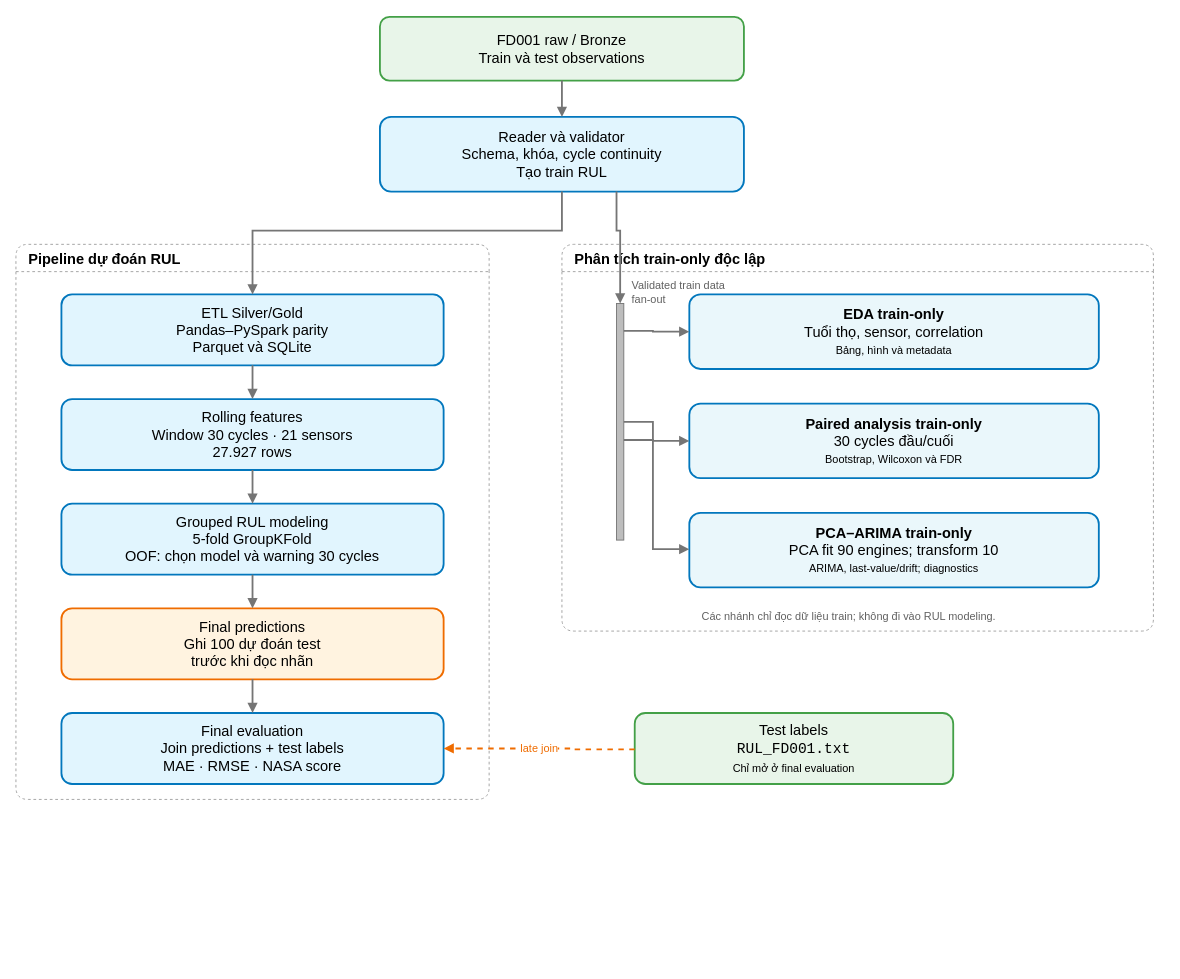
Before: assets/diagrams/fd001-pipeline.drawio in ti014/tinasa-cmapss-rul-prediction, a draw.io diagram. Source tidied: cells renumbered, new cells numbered last; positions are measured from the earlier drawing's top-left corner, leaving out a move shared by most shapes. Both pictures are drawn from the tidied source at 91%, with x=0, y=0 at pixel (15, 16).
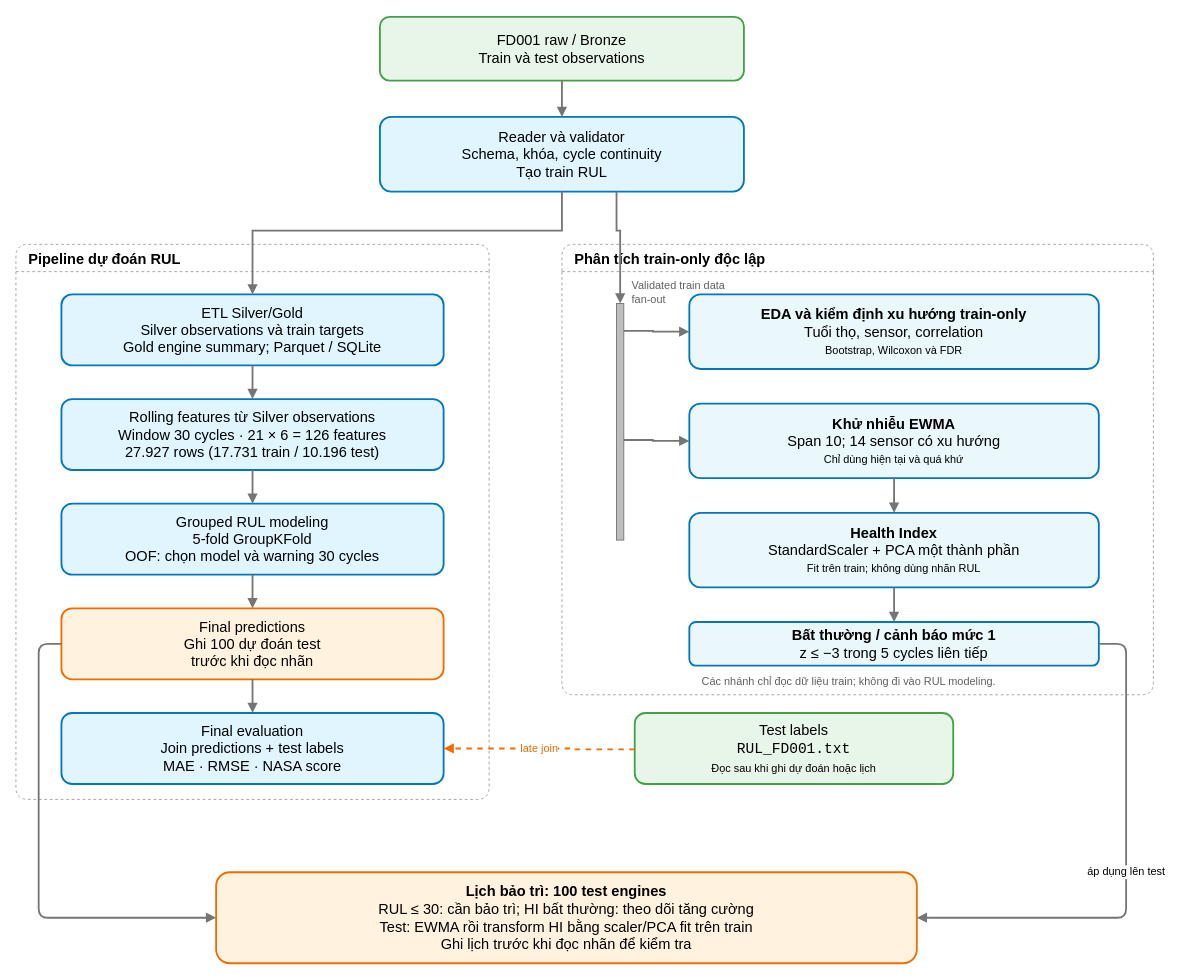
Above is the later version.

Commit message (it also covers changes not shown here):
docs(pipeline): sync documentation and diagrams with implementation

The change refers to these unchanged cells:
```xml
<mxCell id="9" value="Final predictions&lt;br&gt;Ghi 100 dự đoán test&lt;br&gt;trước khi đọc nhãn" style="rounded=1;whiteSpace=wrap;html=1;fillColor=#FFF3E0;strokeColor=#EF6C00;strokeWidth=2;fontSize=16;align=center;verticalAlign=middle;" parent="1" vertex="1">
  <mxGeometry x="50" y="650" width="420" height="78" as="geometry" />
</mxCell>
<mxCell id="11" style="rounded=0;whiteSpace=wrap;html=1;fillColor=#BDBDBD;strokeColor=#757575;strokeWidth=1;" parent="1" vertex="1">
  <mxGeometry x="660" y="315" width="8" height="260" as="geometry" />
</mxCell>
```

What changed in the source:
```diff
@@
     <mxCell id="3" value="Phân tích train-only độc lập" style="shape=swimlane;html=1;rounded=1;startSize=30;horizontal=1;fillColor=none;strokeColor=#9E9E9E;dashed=1;fontStyle=1;fontSize=16;align=left;verticalAlign=top;spacingLeft=12;" parent="1" vertex="1">
-      <mxGeometry x="600" y="250" width="650" height="425" as="geometry" />
+      <mxGeometry x="600" y="250" width="650" height="495" as="geometry" />
     </mxCell>
@@
-    <mxCell id="6" value="ETL Silver/Gold&lt;br&gt;Pandas–PySpark parity&lt;br&gt;Parquet và SQLite" style="rounded=1;whiteSpace=wrap;html=1;fillColor=#E1F5FE;strokeColor=#0277BD;strokeWidth=2;fontSize=16;align=center;verticalAlign=middle;" parent="1" vertex="1">
+    <mxCell id="6" value="ETL Silver/Gold&lt;br&gt;Silver observations và train targets&lt;br&gt;Gold engine summary; Parquet / SQLite" style="rounded=1;whiteSpace=wrap;html=1;fillColor=#E1F5FE;strokeColor=#0277BD;strokeWidth=2;fontSize=16;align=center;verticalAlign=middle;" parent="1" vertex="1">
       <mxGeometry x="50" y="305" width="420" height="78" as="geometry" />
     </mxCell>
-    <mxCell id="7" value="Rolling features&lt;br&gt;Window 30 cycles · 21 sensors&lt;br&gt;27.927 rows" style="rounded=1;whiteSpace=wrap;html=1;fillColor=#E1F5FE;strokeColor=#0277BD;strokeWidth=2;fontSize=16;align=center;verticalAlign=middle;" parent="1" vertex="1">
+    <mxCell id="7" value="Rolling features từ Silver observations&lt;br&gt;Window 30 cycles · 21 × 6 = 126 features&lt;br&gt;27.927 rows (17.731 train / 10.196 test)" style="rounded=1;whiteSpace=wrap;html=1;fillColor=#E1F5FE;strokeColor=#0277BD;strokeWidth=2;fontSize=16;align=center;verticalAlign=middle;" parent="1" vertex="1">
       <mxGeometry x="50" y="420" width="420" height="78" as="geometry" />
     </mxCell>
@@
-    <mxCell id="13" value="&lt;b&gt;EDA train-only&lt;/b&gt;&lt;br&gt;Tuổi thọ, sensor, correlation&lt;br&gt;&lt;font style=&quot;font-size:12px&quot;&gt;Bảng, hình và metadata&lt;/font&gt;" style="rounded=1;whiteSpace=wrap;html=1;fillColor=#EAF7FB;strokeColor=#0277BD;strokeWidth=2;fontSize=16;align=center;verticalAlign=middle;" parent="1" vertex="1">
+    <mxCell id="13" value="&lt;b&gt;EDA và kiểm định xu hướng train-only&lt;/b&gt;&lt;br&gt;Tuổi thọ, sensor, correlation&lt;br&gt;&lt;font style=&quot;font-size:12px&quot;&gt;Bootstrap, Wilcoxon và FDR&lt;/font&gt;" style="rounded=1;whiteSpace=wrap;html=1;fillColor=#EAF7FB;strokeColor=#0277BD;strokeWidth=2;fontSize=16;align=center;verticalAlign=middle;" parent="1" vertex="1">
       <mxGeometry x="740" y="305" width="450" height="82" as="geometry" />
     </mxCell>
-    <mxCell id="14" value="&lt;b&gt;Paired analysis train-only&lt;/b&gt;&lt;br&gt;30 cycles đầu/cuối&lt;br&gt;&lt;font style=&quot;font-size:12px&quot;&gt;Bootstrap, Wilcoxon và FDR&lt;/font&gt;" style="rounded=1;whiteSpace=wrap;html=1;fillColor=#EAF7FB;strokeColor=#0277BD;strokeWidth=2;fontSize=16;align=center;verticalAlign=middle;" parent="1" vertex="1">
+    <mxCell id="14" value="&lt;b&gt;Khử nhiễu EWMA&lt;/b&gt;&lt;br&gt;Span 10; 14 sensor có xu hướng&lt;br&gt;&lt;font style=&quot;font-size:12px&quot;&gt;Chỉ dùng hiện tại và quá khứ&lt;/font&gt;" style="rounded=1;whiteSpace=wrap;html=1;fillColor=#EAF7FB;strokeColor=#0277BD;strokeWidth=2;fontSize=16;align=center;verticalAlign=middle;" parent="1" vertex="1">
       <mxGeometry x="740" y="425" width="450" height="82" as="geometry" />
     </mxCell>
-    <mxCell id="15" value="&lt;b&gt;PCA–ARIMA train-only&lt;/b&gt;&lt;br&gt;PCA fit 90 engines; transform 10&lt;br&gt;&lt;font style=&quot;font-size:12px&quot;&gt;ARIMA, last-value/drift; diagnostics&lt;/font&gt;" style="rounded=1;whiteSpace=wrap;html=1;fillColor=#EAF7FB;strokeColor=#0277BD;strokeWidth=2;fontSize=16;align=center;verticalAlign=middle;" parent="1" vertex="1">
+    <mxCell id="15" value="&lt;b&gt;Health Index&lt;/b&gt;&lt;br&gt;StandardScaler + PCA một thành phần&lt;br&gt;&lt;font style=&quot;font-size:12px&quot;&gt;Fit trên train; không dùng nhãn RUL&lt;/font&gt;" style="rounded=1;whiteSpace=wrap;html=1;fillColor=#EAF7FB;strokeColor=#0277BD;strokeWidth=2;fontSize=16;align=center;verticalAlign=middle;" parent="1" vertex="1">
       <mxGeometry x="740" y="545" width="450" height="82" as="geometry" />
     </mxCell>
     <mxCell id="16" value="Các nhánh chỉ đọc dữ liệu train; không đi vào RUL modeling." style="text;html=1;strokeColor=none;fillColor=none;align=center;verticalAlign=middle;fontSize=12;fontColor=#616161;" parent="1" vertex="1">
-      <mxGeometry x="650" y="645" width="530" height="28" as="geometry" />
+      <mxGeometry x="650" y="717" width="530" height="28" as="geometry" />
     </mxCell>
-    <mxCell id="17" value="Test labels&lt;br&gt;&lt;font style=&quot;font-family:monospace&quot;&gt;RUL_FD001.txt&lt;/font&gt;&lt;br&gt;&lt;font style=&quot;font-size:12px&quot;&gt;Chỉ mở ở final evaluation&lt;/font&gt;" style="rounded=1;whiteSpace=wrap;html=1;fillColor=#E8F5E9;strokeColor=#43A047;strokeWidth=2;fontSize=16;align=center;verticalAlign=middle;" parent="1" vertex="1">
+    <mxCell id="17" value="Test labels&lt;br&gt;&lt;font style=&quot;font-family:monospace&quot;&gt;RUL_FD001.txt&lt;/font&gt;&lt;br&gt;&lt;font style=&quot;font-size:12px&quot;&gt;Đọc sau khi ghi dự đoán hoặc lịch&lt;/font&gt;" style="rounded=1;whiteSpace=wrap;html=1;fillColor=#E8F5E9;strokeColor=#43A047;strokeWidth=2;fontSize=16;align=center;verticalAlign=middle;" parent="1" vertex="1">
       <mxGeometry x="680" y="765" width="350" height="78" as="geometry" />
     </mxCell>
@@
-    <mxCell id="23" style="edgeStyle=orthogonalEdgeStyle;rounded=0;jettySize=auto;html=1;endArrow=block;strokeWidth=2;strokeColor=#757575;" parent="1" edge="1" source="11" target="15">
-      <mxGeometry relative="1" as="geometry">
-        <Array as="points">
-          <mxPoint x="700" y="585" />
-        </Array>
-      </mxGeometry>
+    <mxCell id="23" style="edgeStyle=orthogonalEdgeStyle;rounded=0;html=1;endArrow=block;strokeWidth=2;strokeColor=#757575;" parent="1" edge="1" source="14" target="15">
+      <mxGeometry relative="1" as="geometry" />
     </mxCell>
+    <mxCell id="29" value="&lt;b&gt;Bất thường / cảnh báo mức 1&lt;/b&gt;&lt;br&gt;z ≤ −3 trong 5 cycles liên tiếp" style="rounded=1;whiteSpace=wrap;html=1;fillColor=#EAF7FB;strokeColor=#0277BD;strokeWidth=2;fontSize=16;align=center;verticalAlign=middle;" parent="1" vertex="1">
+      <mxGeometry x="740" y="665" width="450" height="48" as="geometry" />
+    </mxCell>
+    <mxCell id="30" style="edgeStyle=orthogonalEdgeStyle;html=1;endArrow=block;strokeWidth=2;strokeColor=#757575;" parent="1" edge="1" source="15" target="29">
+      <mxGeometry relative="1" as="geometry" />
+    </mxCell>
+    <mxCell id="31" value="&lt;b&gt;Lịch bảo trì: 100 test engines&lt;/b&gt;&lt;br&gt;RUL ≤ 30: cần bảo trì; HI bất thường: theo dõi tăng cường&lt;br&gt;Test: EWMA rồi transform HI bằng scaler/PCA fit trên train&lt;br&gt;Ghi lịch trước khi đọc nhãn để kiểm tra" style="rounded=1;whiteSpace=wrap;html=1;fillColor=#FFF3E0;strokeColor=#EF6C00;strokeWidth=2;fontSize=16;align=center;verticalAlign=middle;" parent="1" vertex="1">
+      <mxGeometry x="220" y="940" width="770" height="100" as="geometry" />
+    </mxCell>
+    <mxCell id="32" style="edgeStyle=orthogonalEdgeStyle;html=1;endArrow=block;strokeWidth=2;strokeColor=#757575;exitX=0;exitY=0.5;entryX=0;entryY=0.5;" parent="1" edge="1" source="9" target="31">
+      <mxGeometry relative="1" as="geometry">
+        <Array as="points">
+          <mxPoint x="25" y="689" />
+          <mxPoint x="25" y="990" />
+        </Array>
+      </mxGeometry>
+    </mxCell>
+    <mxCell id="33" value="áp dụng lên test" style="edgeStyle=orthogonalEdgeStyle;html=1;endArrow=block;strokeWidth=2;strokeColor=#757575;exitX=1;exitY=0.5;entryX=1;entryY=0.5;fontSize=12;" parent="1" edge="1" source="29" target="31">
+      <mxGeometry relative="1" as="geometry">
+        <Array as="points">
+          <mxPoint x="1220" y="689" />
+          <mxPoint x="1220" y="990" />
+        </Array>
+      </mxGeometry>
+    </mxCell>
```
